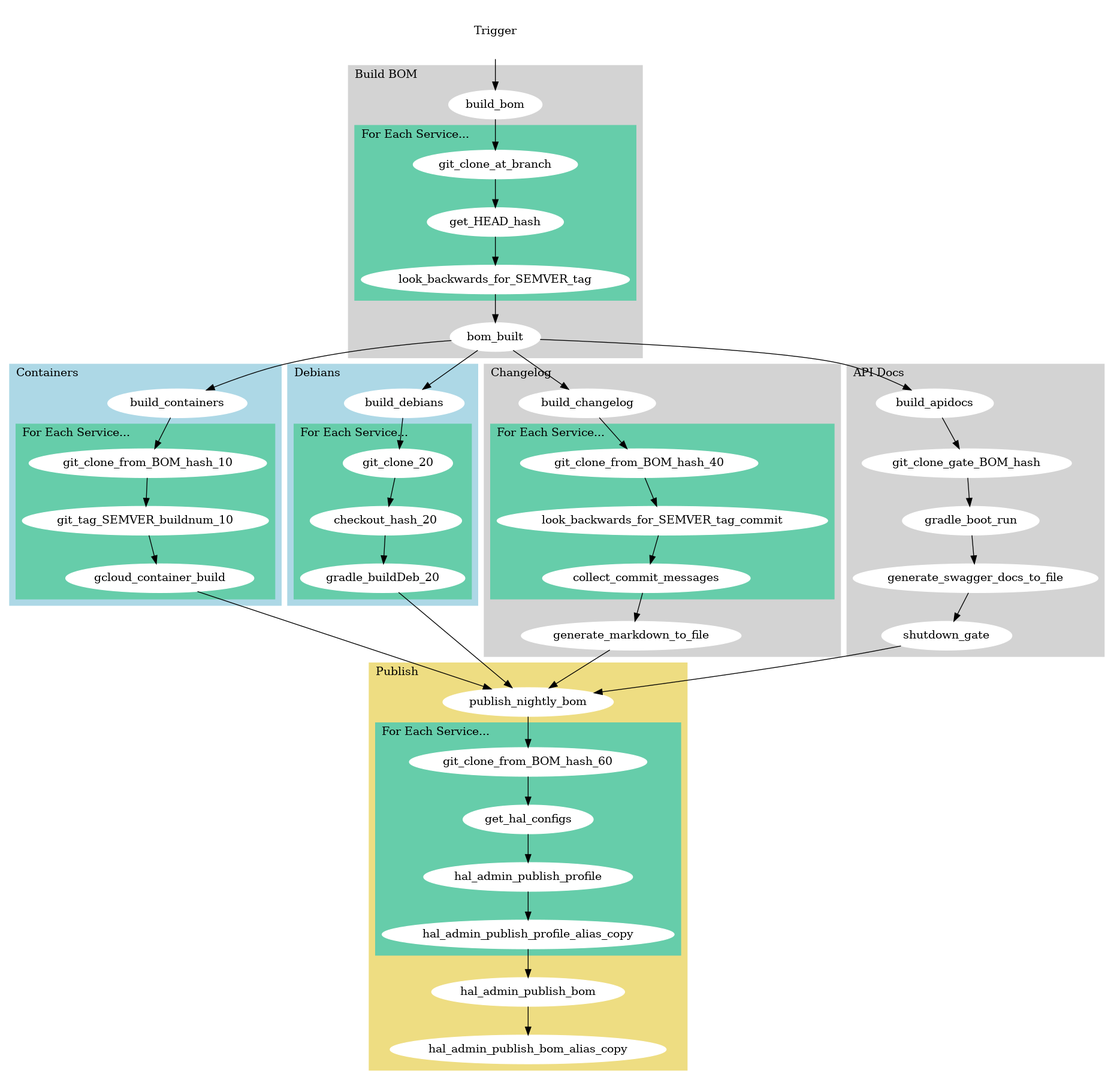
Above: dev/build_and_publish.dot.png in spinnaker/buildtool (Graphviz), before the change. Its source is kept beside it as dev/build_and_publish.dot.
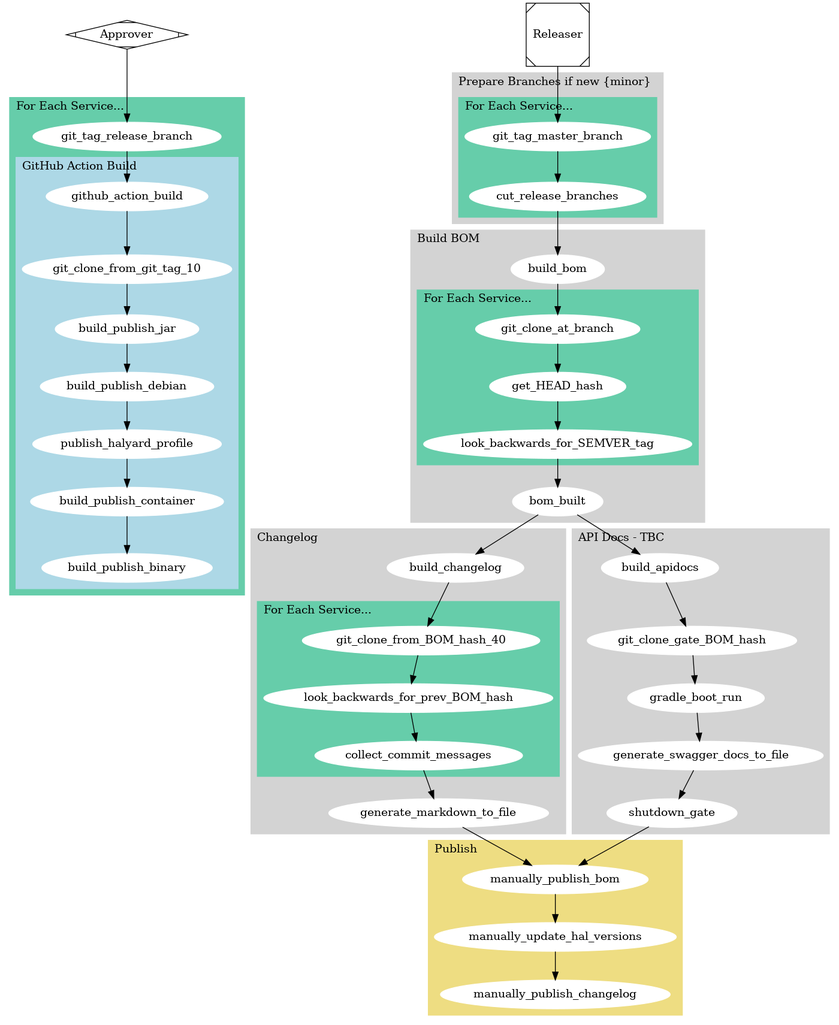
The same diagram one commit later.

Commit message:
chore(ci): Update Build & Release flow images

Diff of the diagram source:
```diff
@@ -1,62 +1,67 @@
 
-digraph Flow_Build {
-    labeljust=l
-	style=filled;
-	color=lightgrey;
-    node [style=filled,color=white];
+digraph Release {
+  labeljust=l
+  style=filled;
+  color=lightgrey;
+  node [style=filled,color=white];
 
-    Trigger [shape=Msquare];
-    Trigger -> build_bom
-    bom_built -> build_containers
-    bom_built -> build_debians
-    bom_built -> build_changelog
-    bom_built -> build_apidocs
+  Approver [shape=Mdiamond,color=black,style=wedged];
+  Approver -> git_tag_release_branch;
 
-    subgraph cluster_0 {
-        label = "Build BOM"
+  Releaser [shape=Msquare,color=black,style=wedged];
+  Releaser -> git_tag_master_branch;
 
-        build_bom -> git_clone_at_branch;
+  cut_release_branches -> build_bom;
 
-        subgraph cluster_1 {
-		    label = "For Each Service..."
-		    style=filled;
-		    color=aquamarine3;
+  bom_built-> build_changelog;
+  bom_built-> build_apidocs;
 
-    		git_clone_at_branch -> get_HEAD_hash;
-    		get_HEAD_hash -> look_backwards_for_SEMVER_tag;
-		}
-		look_backwards_for_SEMVER_tag -> bom_built
+  subgraph cluster_2 {
+    label = "Prepare Branches if new {minor}"
+
+      subgraph cluster_6 {
+	    label = "For Each Service..."
+	    style=filled;
+	    color=aquamarine3;
+
+      git_tag_master_branch -> cut_release_branches;
     }
+  }
+
+  subgraph cluster_5 {
+      label = "Build BOM"
+
+      build_bom -> git_clone_at_branch;
+
+      subgraph cluster_6 {
+	    label = "For Each Service..."
+	    style=filled;
+	    color=aquamarine3;
+
+  		git_clone_at_branch -> get_HEAD_hash;
+  		get_HEAD_hash -> look_backwards_for_SEMVER_tag;
+    }
+    look_backwards_for_SEMVER_tag -> bom_built
+  }
 
 	subgraph cluster_10 {
-		label = "Containers";
-		color=lightblue;
+    label = "For Each Service..."
+    color=aquamarine3
+    git_tag_release_branch -> github_action_build
 
-		build_containers -> git_clone_from_BOM_hash_10;
-		subgraph cluster_11 {
-		    label = "For Each Service..."
-		    color=aquamarine3
+    subgraph cluster_15 {
+      label = "GitHub Action Build";
+      color=lightblue;
 
-    		git_clone_from_BOM_hash_10 -> git_tag_SEMVER_buildnum_10;
-    		git_tag_SEMVER_buildnum_10 -> gcloud_container_build
-		}
-	}
-	gcloud_container_build -> publish_nightly_bom;
-
-	subgraph cluster_20 {
-		label = "Debians";
-		color=lightblue;
-
-		build_debians ->  git_clone_20;
-		subgraph cluster_21 {
-		    label = "For Each Service..."
-		    color=aquamarine3
-
-    		git_clone_20 -> checkout_hash_20;
-    		checkout_hash_20 -> gradle_buildDeb_20;
-		}
-	}
-	gradle_buildDeb_20 -> publish_nightly_bom;
+      github_action_build -> git_clone_from_git_tag_10;
+      git_clone_from_git_tag_10 -> build_publish_jar;
+      build_publish_jar -> build_publish_debian;
+      build_publish_debian -> publish_halyard_profile;
+      publish_halyard_profile -> build_publish_container;
+      build_publish_container -> build_publish_binary;
+      build_publish_binary;
+    }
+  }
 
 	subgraph cluster_40 {
 		label = "Changelog";
@@ -66,40 +71,29 @@
 		    label = "For Each Service..."
 		    color=aquamarine3
 
-    		git_clone_from_BOM_hash_40 -> look_backwards_for_SEMVER_tag_commit;
-    		look_backwards_for_SEMVER_tag_commit -> collect_commit_messages;
+    		git_clone_from_BOM_hash_40 -> look_backwards_for_prev_BOM_hash;
+    		look_backwards_for_prev_BOM_hash -> collect_commit_messages;
 
 		}
 		collect_commit_messages -> generate_markdown_to_file;
 	}
-	generate_markdown_to_file -> publish_nightly_bom;
+	generate_markdown_to_file -> manually_publish_bom;
 
 	subgraph cluster_50 {
-		label = "API Docs";
+		label = "API Docs - TBC";
 
 		build_apidocs -> git_clone_gate_BOM_hash;
 		git_clone_gate_BOM_hash -> gradle_boot_run;
 		gradle_boot_run -> generate_swagger_docs_to_file;
 		generate_swagger_docs_to_file -> shutdown_gate;
 	}
-	shutdown_gate -> publish_nightly_bom;
+	shutdown_gate -> manually_publish_bom;
 
 	subgraph cluster_60 {
 		label = "Publish";
 		color=lightgoldenrod
 
-		publish_nightly_bom -> git_clone_from_BOM_hash_60;
-
-        subgraph cluster_61 {git_clone_from_BOM_hash_60
-            label = "For Each Service..."
-	        color=aquamarine3
-
-	        git_clone_from_BOM_hash_60 -> get_hal_configs;
-	        get_hal_configs -> hal_admin_publish_profile;
-	        hal_admin_publish_profile -> hal_admin_publish_profile_alias_copy;
-        }
-
-        hal_admin_publish_profile_alias_copy -> hal_admin_publish_bom
-        hal_admin_publish_bom -> hal_admin_publish_bom_alias_copy;
+		manually_publish_bom -> manually_update_hal_versions;
+    manually_update_hal_versions -> manually_publish_changelog;
 	}
 }
```
